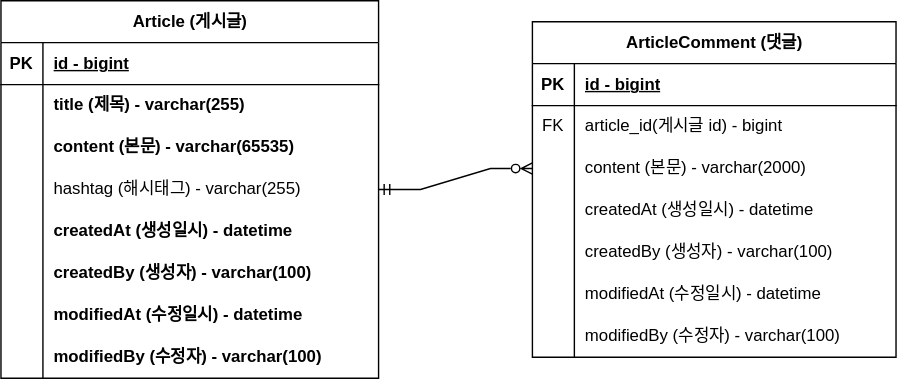
This is document/project-board-erd.svg from jy-hwang/fastcampus-project-board, a draw.io export, as it was before one commit. Source tidied: cells renumbered, new cells last; positions are measured from the earlier drawing's top-left corner, leaving out a move shared by most shapes.
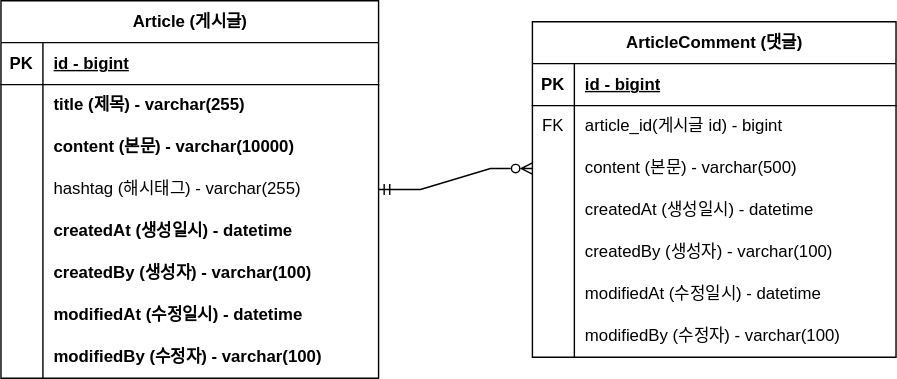
The same diagram one commit later.

Commit message:
#10 - erd 업데이트 : content 사이즈 변경

The edit, as a diff of the source:
```diff
@@ -29,7 +29,7 @@
     <mxCell id="10" style="shape=partialRectangle;fillColor=none;top=0;left=0;bottom=0;right=0;overflow=hidden;whiteSpace=wrap;html=1;" parent="9" vertex="1">
       <mxGeometry width="30" height="30" as="geometry" />
     </mxCell>
-    <mxCell id="11" value="content (본문) - varchar(65535)" style="shape=partialRectangle;fillColor=none;top=0;left=0;bottom=0;right=0;align=left;spacingLeft=6;overflow=hidden;whiteSpace=wrap;html=1;fontStyle=1;" parent="9" vertex="1">
+    <mxCell id="11" value="content (본문) - varchar(10000)" style="shape=partialRectangle;fillColor=none;top=0;left=0;bottom=0;right=0;align=left;spacingLeft=6;overflow=hidden;whiteSpace=wrap;html=1;fontStyle=1;" parent="9" vertex="1">
       <mxGeometry x="30" width="240" height="30" as="geometry" />
     </mxCell>
     <mxCell id="12" style="shape=tableRow;horizontal=0;startSize=0;swimlaneHead=0;swimlaneBody=0;fillColor=none;points=[[0,0.5],[1,0.5]];portConstraint=eastwest;top=0;left=0;right=0;bottom=0;" parent="2" vertex="1">
@@ -104,7 +104,7 @@
     <mxCell id="35" style="shape=partialRectangle;fillColor=none;top=0;left=0;bottom=0;right=0;overflow=hidden;whiteSpace=wrap;html=1;" parent="34" vertex="1">
       <mxGeometry width="30" height="30" as="geometry" />
     </mxCell>
-    <mxCell id="36" value="content (본문) - varchar(2000)" style="shape=partialRectangle;fillColor=none;top=0;left=0;bottom=0;right=0;align=left;spacingLeft=6;overflow=hidden;whiteSpace=wrap;html=1;" parent="34" vertex="1">
+    <mxCell id="36" value="content (본문) - varchar(500)" style="shape=partialRectangle;fillColor=none;top=0;left=0;bottom=0;right=0;align=left;spacingLeft=6;overflow=hidden;whiteSpace=wrap;html=1;" parent="34" vertex="1">
       <mxGeometry x="30" width="230" height="30" as="geometry" />
     </mxCell>
     <mxCell id="37" style="shape=tableRow;horizontal=0;startSize=0;swimlaneHead=0;swimlaneBody=0;fillColor=none;top=0;left=0;right=0;bottom=0;" parent="27" vertex="1">
```
